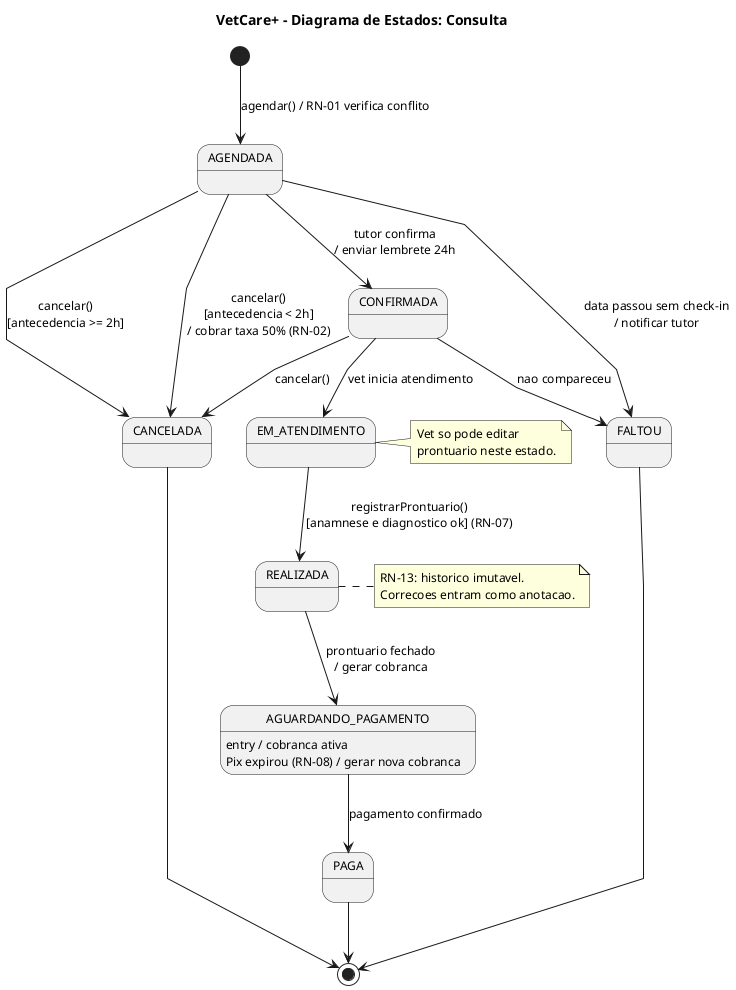
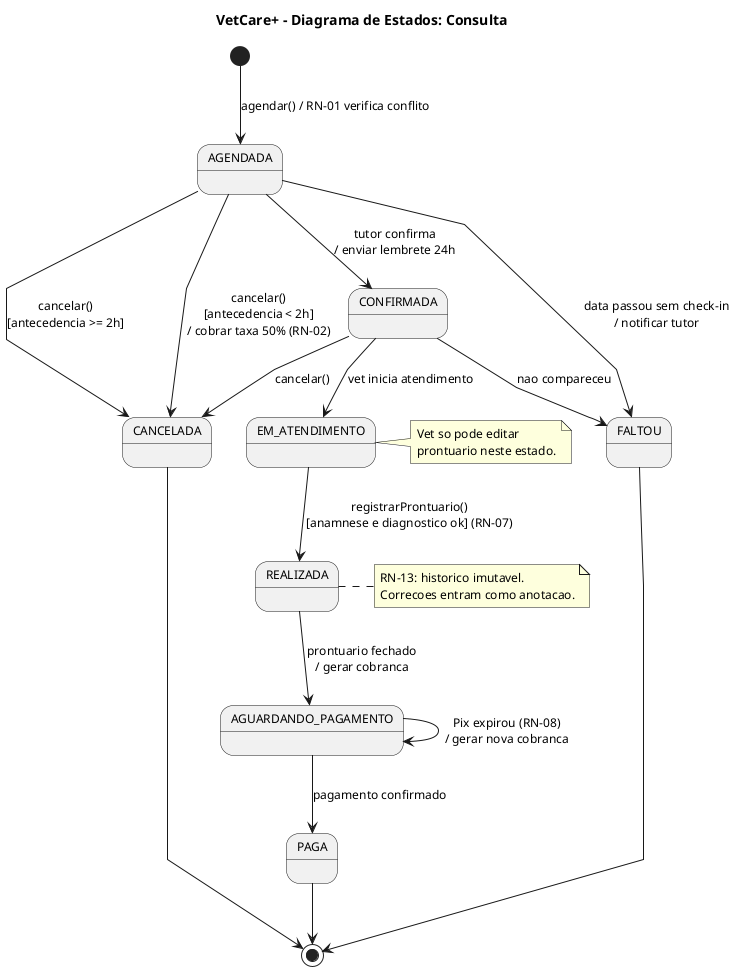
@startuml estado-consulta
title VetCare+ - Diagrama de Estados: Consulta

skinparam shadowing false
skinparam defaultFontName Helvetica
skinparam defaultFontSize 12
skinparam linetype polyline

[*] --> AGENDADA : agendar() / RN-01 verifica conflito

AGENDADA --> CONFIRMADA : tutor confirma\n/ enviar lembrete 24h
AGENDADA --> CANCELADA : cancelar()\n[antecedencia >= 2h]
AGENDADA --> CANCELADA : cancelar()\n[antecedencia < 2h]\n/ cobrar taxa 50% (RN-02)
AGENDADA --> FALTOU : data passou sem check-in\n/ notificar tutor

CONFIRMADA --> EM_ATENDIMENTO : vet inicia atendimento
CONFIRMADA --> CANCELADA : cancelar()
CONFIRMADA --> FALTOU : nao compareceu

EM_ATENDIMENTO --> REALIZADA : registrarProntuario()\n[anamnese e diagnostico ok] (RN-07)

REALIZADA --> AGUARDANDO_PAGAMENTO : prontuario fechado\n/ gerar cobranca

AGUARDANDO_PAGAMENTO --> PAGA : pagamento confirmado
- AGUARDANDO_PAGAMENTO : entry / cobranca ativa
- AGUARDANDO_PAGAMENTO : Pix expirou (RN-08) / gerar nova cobranca
+ AGUARDANDO_PAGAMENTO --> AGUARDANDO_PAGAMENTO : Pix expirou (RN-08)\n/ gerar nova cobranca

PAGA --> [*]
CANCELADA --> [*]
FALTOU --> [*]

note right of EM_ATENDIMENTO
  Vet so pode editar
  prontuario neste estado.
end note

note right of REALIZADA
  RN-13: historico imutavel.
  Correcoes entram como anotacao.
end note

@enduml
